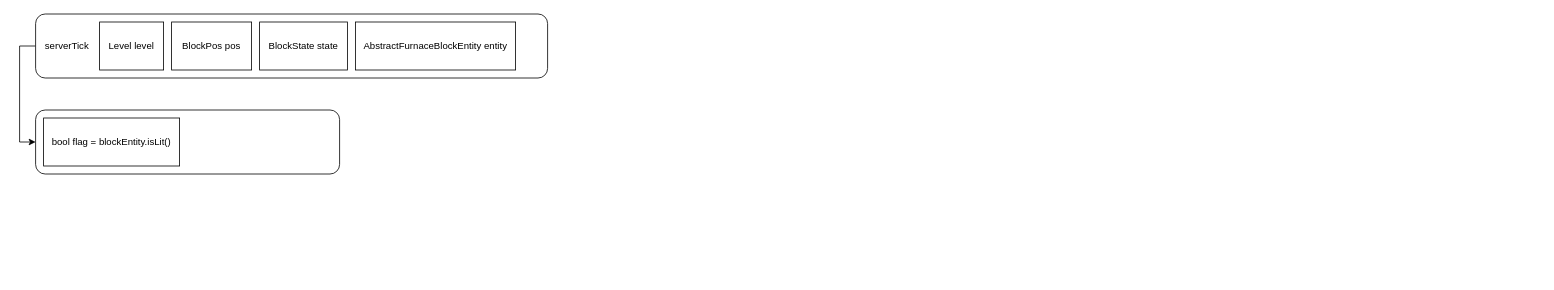
Before: AbstractFurnaceBlockEntity_logic.drawio in The-Incipisphere/Crops-N-Cogs-Core, a draw.io diagram. Source tidied: cells renumbered, new cells numbered last; positions are measured from the earlier drawing's top-left corner, leaving out a move shared by most shapes. Both pictures are drawn from the tidied source at 80%, with x=0, y=0 at pixel (35, 14).
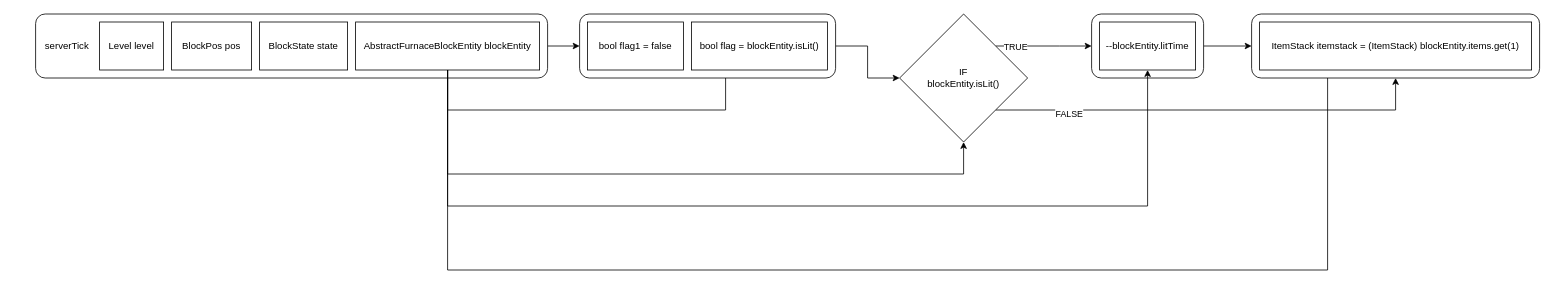
The same diagram, later.

The change refers to these unchanged cells:
```xml
<mxCell id="3" value="&lt;div&gt;serverTick&lt;/div&gt;" style="rounded=1;whiteSpace=wrap;html=1;align=left;spacingLeft=10;" parent="1" vertex="1">
  <mxGeometry width="640" height="80" as="geometry" />
</mxCell>
```

The edit, as a diff of the source:
```diff
@@
+    <mxCell id="10" style="edgeStyle=orthogonalEdgeStyle;rounded=0;jettySize=auto;html=1;exitX=1;exitY=0.5;exitDx=0;exitDy=0;entryX=0;entryY=0.5;entryDx=0;entryDy=0;" parent="1" edge="1" target="8">
+      <mxGeometry relative="1" as="geometry">
+        <mxPoint x="680" y="40" as="sourcePoint" />
+      </mxGeometry>
+    </mxCell>
-    <mxCell id="2" style="edgeStyle=orthogonalEdgeStyle;rounded=0;jettySize=auto;html=1;exitX=0;exitY=0.5;exitDx=0;exitDy=0;entryX=0;entryY=0.5;entryDx=0;entryDy=0;" parent="1" edge="1" source="3" target="8">
+    <mxCell id="2" style="edgeStyle=orthogonalEdgeStyle;rounded=0;jettySize=auto;html=1;exitX=1;exitY=0.5;exitDx=0;exitDy=0;entryX=0;entryY=0.5;entryDx=0;entryDy=0;" parent="1" edge="1" source="3" target="8">
       <mxGeometry relative="1" as="geometry" />
     </mxCell>
@@
+    <mxCell id="11" style="edgeStyle=orthogonalEdgeStyle;rounded=0;jettySize=auto;html=1;exitX=0.5;exitY=1;exitDx=0;exitDy=0;entryX=0.5;entryY=1;entryDx=0;entryDy=0;" parent="1" edge="1" source="7" target="20">
+      <mxGeometry relative="1" as="geometry">
+        <Array as="points">
+          <mxPoint x="515" y="200" />
+          <mxPoint x="1160" y="200" />
+        </Array>
+      </mxGeometry>
+    </mxCell>
+    <mxCell id="12" style="edgeStyle=orthogonalEdgeStyle;rounded=0;jettySize=auto;html=1;exitX=0.5;exitY=1;exitDx=0;exitDy=0;entryX=0.25;entryY=1;entryDx=0;entryDy=0;" parent="1" edge="1" source="7" target="9">
+      <mxGeometry relative="1" as="geometry">
+        <Array as="points">
+          <mxPoint x="515" y="120" />
+          <mxPoint x="862" y="120" />
+        </Array>
+      </mxGeometry>
+    </mxCell>
+    <mxCell id="13" style="edgeStyle=orthogonalEdgeStyle;rounded=0;jettySize=auto;html=1;exitX=0.5;exitY=1;exitDx=0;exitDy=0;entryX=0.25;entryY=1;entryDx=0;entryDy=0;" parent="1" edge="1" source="7" target="25">
+      <mxGeometry relative="1" as="geometry">
+        <Array as="points">
+          <mxPoint x="515" y="320" />
+          <mxPoint x="1615" y="320" />
+        </Array>
+      </mxGeometry>
+    </mxCell>
-    <mxCell id="7" value="AbstractFurnaceBlockEntity entity" style="rounded=0;whiteSpace=wrap;html=1;" parent="1" vertex="1">
-      <mxGeometry x="400" y="10" width="200" height="60" as="geometry" />
+    <mxCell id="7" value="AbstractFurnaceBlockEntity blockEntity" style="rounded=0;whiteSpace=wrap;html=1;" parent="1" vertex="1">
+      <mxGeometry x="400" y="10" width="230" height="60" as="geometry" />
     </mxCell>
+    <mxCell id="14" style="edgeStyle=orthogonalEdgeStyle;rounded=0;jettySize=auto;html=1;exitX=1;exitY=0.5;exitDx=0;exitDy=0;entryX=0;entryY=0.5;entryDx=0;entryDy=0;" parent="1" edge="1" source="8" target="20">
+      <mxGeometry relative="1" as="geometry" />
+    </mxCell>
     <mxCell id="8" style="rounded=1;whiteSpace=wrap;html=1;" parent="1" vertex="1">
-      <mxGeometry y="120" width="380" height="80" as="geometry" />
+      <mxGeometry x="680" width="320" height="80" as="geometry" />
     </mxCell>
     <mxCell id="9" value="bool flag = blockEntity.isLit()" style="rounded=0;whiteSpace=wrap;html=1;" parent="1" vertex="1">
-      <mxGeometry x="10" y="130" width="170" height="60" as="geometry" />
+      <mxGeometry x="820" y="10" width="170" height="60" as="geometry" />
     </mxCell>
+    <mxCell id="15" value="bool flag1 = false" style="rounded=0;whiteSpace=wrap;html=1;" parent="1" vertex="1">
+      <mxGeometry x="690" y="10" width="120" height="60" as="geometry" />
+    </mxCell>
+    <mxCell id="16" style="edgeStyle=orthogonalEdgeStyle;rounded=0;jettySize=auto;html=1;exitX=1;exitY=0;exitDx=0;exitDy=0;" parent="1" edge="1" source="20">
+      <mxGeometry relative="1" as="geometry">
+        <mxPoint x="1320" y="40" as="targetPoint" />
+      </mxGeometry>
+    </mxCell>
+    <mxCell id="17" value="TRUE" style="edgeLabel;html=1;align=center;verticalAlign=middle;" parent="16" vertex="1">
+      <mxGeometry x="-0.29" y="-3" relative="1" as="geometry">
+        <mxPoint x="-19" y="-2" as="offset" />
+      </mxGeometry>
+    </mxCell>
+    <mxCell id="18" style="edgeStyle=orthogonalEdgeStyle;rounded=0;jettySize=auto;html=1;exitX=1;exitY=1;exitDx=0;exitDy=0;entryX=0.5;entryY=1;entryDx=0;entryDy=0;" parent="1" edge="1" source="20" target="24">
+      <mxGeometry relative="1" as="geometry" />
+    </mxCell>
+    <mxCell id="19" value="FALSE" style="edgeLabel;html=1;align=center;verticalAlign=middle;" parent="18" vertex="1">
+      <mxGeometry x="-0.73" y="-3" relative="1" as="geometry">
+        <mxPoint x="18" y="1" as="offset" />
+      </mxGeometry>
+    </mxCell>
+    <mxCell id="20" value="IF&lt;br&gt;blockEntity.isLit()" style="rhombus;whiteSpace=wrap;html=1;" parent="1" vertex="1">
+      <mxGeometry x="1080" width="160" height="160" as="geometry" />
+    </mxCell>
+    <mxCell id="21" style="edgeStyle=orthogonalEdgeStyle;rounded=0;jettySize=auto;html=1;exitX=1;exitY=0.5;exitDx=0;exitDy=0;entryX=0;entryY=0.5;entryDx=0;entryDy=0;" parent="1" edge="1" source="22" target="24">
+      <mxGeometry relative="1" as="geometry" />
+    </mxCell>
+    <mxCell id="22" style="rounded=1;whiteSpace=wrap;html=1;" parent="1" vertex="1">
+      <mxGeometry x="1320" width="140" height="80" as="geometry" />
+    </mxCell>
+    <mxCell id="23" value="--blockEntity.litTime" style="rounded=0;whiteSpace=wrap;html=1;" parent="1" vertex="1">
+      <mxGeometry x="1330" y="10" width="120" height="60" as="geometry" />
+    </mxCell>
+    <mxCell id="24" style="rounded=1;whiteSpace=wrap;html=1;" parent="1" vertex="1">
+      <mxGeometry x="1520" width="360" height="80" as="geometry" />
+    </mxCell>
+    <mxCell id="25" value="ItemStack itemstack = (ItemStack) blockEntity.items.get(1)" style="rounded=0;whiteSpace=wrap;html=1;" parent="1" vertex="1">
+      <mxGeometry x="1530" y="10" width="340" height="60" as="geometry" />
+    </mxCell>
+    <mxCell id="26" style="edgeStyle=orthogonalEdgeStyle;rounded=0;jettySize=auto;html=1;exitX=0.5;exitY=1;exitDx=0;exitDy=0;entryX=0.5;entryY=1;entryDx=0;entryDy=0;" parent="1" edge="1" source="7" target="23">
+      <mxGeometry relative="1" as="geometry">
+        <Array as="points">
+          <mxPoint x="515" y="240" />
+          <mxPoint x="1390" y="240" />
+        </Array>
+      </mxGeometry>
+    </mxCell>
```
